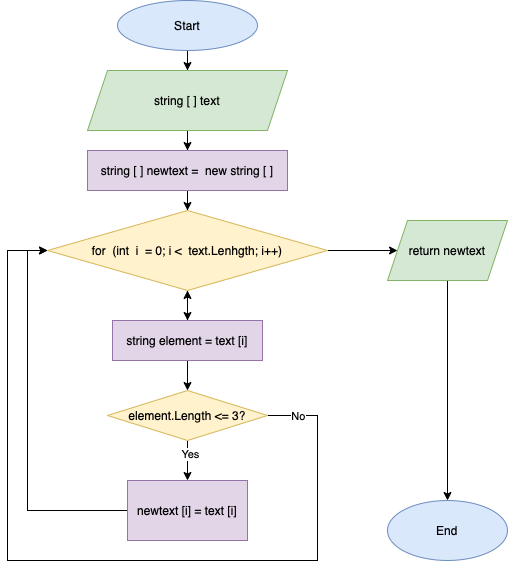
sdhomenko/finalTestWork keeps this draw.io diagram as diagram1.png. Above is the earlier version. Source tidied: cells renumbered, new cells last; positions are measured from the earlier drawing's top-left corner, leaving out a move shared by most shapes.
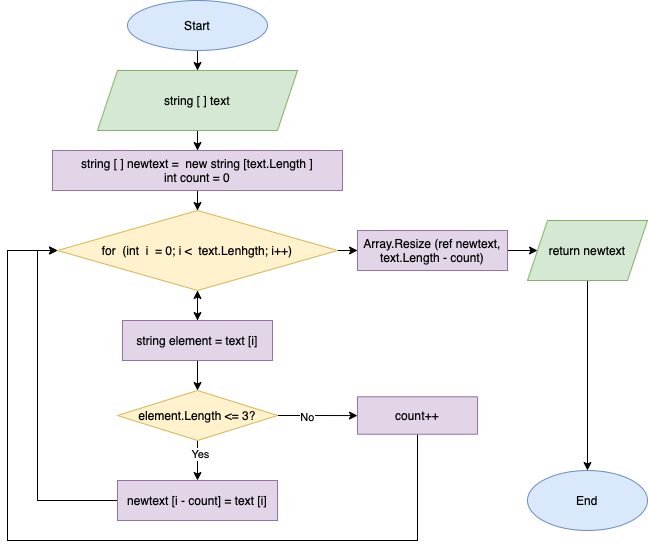
The same diagram one commit later.

Diff of the diagram source:
```diff
@@ -17,15 +17,15 @@
     <mxCell id="6" style="edgeStyle=orthogonalEdgeStyle;rounded=0;jettySize=auto;html=1;" parent="1" edge="1" source="7" target="10">
       <mxGeometry relative="1" as="geometry" />
     </mxCell>
-    <mxCell id="7" value="string [ ] newtext = &amp;nbsp;new string [ ]" style="whiteSpace=wrap;html=1;fillColor=#e1d5e7;strokeColor=#9673a6;" parent="1" vertex="1">
-      <mxGeometry x="80" y="150" width="200" height="40" as="geometry" />
+    <mxCell id="7" value="string [ ] newtext = &amp;nbsp;new string [text.Length ]&lt;br&gt;int count = 0" style="whiteSpace=wrap;html=1;fillColor=#e1d5e7;strokeColor=#9673a6;" parent="1" vertex="1">
+      <mxGeometry x="35" y="150" width="290" height="40" as="geometry" />
     </mxCell>
     <mxCell id="8" style="edgeStyle=orthogonalEdgeStyle;rounded=0;jettySize=auto;html=1;" parent="1" edge="1" source="10" target="13">
       <mxGeometry relative="1" as="geometry" />
     </mxCell>
-    <mxCell id="9" style="edgeStyle=orthogonalEdgeStyle;rounded=0;jettySize=auto;html=1;" parent="1" edge="1" source="10" target="22">
-      <mxGeometry relative="1" as="geometry" />
-    </mxCell>
+    <mxCell id="24" style="edgeStyle=orthogonalEdgeStyle;rounded=0;jettySize=auto;html=1;" parent="1" edge="1" source="10" target="29">
+      <mxGeometry relative="1" as="geometry" />
+    </mxCell>
     <mxCell id="10" value="for &amp;nbsp;(int &amp;nbsp;i &amp;nbsp;= 0; i &amp;lt; &amp;nbsp;text.Lenhgth; i++)" style="rhombus;whiteSpace=wrap;html=1;fillColor=#fff2cc;strokeColor=#d6b656;" parent="1" vertex="1">
       <mxGeometry x="40" y="210" width="280" height="80" as="geometry" />
     </mxCell>
@@ -44,20 +44,11 @@
     <mxCell id="15" value="Yes" style="edgeLabel;html=1;align=center;verticalAlign=middle;" parent="14" vertex="1">
       <mxGeometry x="-0.35" y="2" relative="1" as="geometry" />
     </mxCell>
-    <mxCell id="16" style="edgeStyle=orthogonalEdgeStyle;rounded=0;jettySize=auto;html=1;exitX=1;exitY=0.5;exitDx=0;exitDy=0;" parent="1" edge="1" source="18" target="10">
-      <mxGeometry relative="1" as="geometry">
-        <Array as="points">
-          <mxPoint x="310" y="415" />
-          <mxPoint x="310" y="560" />
-          <mxPoint y="560" />
-          <mxPoint y="250" />
-        </Array>
-      </mxGeometry>
-    </mxCell>
+    <mxCell id="25" style="edgeStyle=orthogonalEdgeStyle;rounded=0;jettySize=auto;html=1;" parent="1" edge="1" source="18" target="27">
+      <mxGeometry relative="1" as="geometry" />
+    </mxCell>
-    <mxCell id="17" value="No" style="edgeLabel;html=1;align=center;verticalAlign=middle;" parent="16" vertex="1">
-      <mxGeometry x="-0.63" y="-2" relative="1" as="geometry">
-        <mxPoint x="-18" y="-107" as="offset" />
-      </mxGeometry>
+    <mxCell id="17" value="No" style="edgeLabel;html=1;align=center;verticalAlign=middle;" parent="25" vertex="1">
+      <mxGeometry x="-0.27" y="-1" relative="1" as="geometry" />
     </mxCell>
     <mxCell id="18" value="element.Length &amp;lt;= 3?" style="rhombus;whiteSpace=wrap;html=1;fillColor=#fff2cc;strokeColor=#d6b656;" parent="1" vertex="1">
       <mxGeometry x="100" y="390" width="160" height="50" as="geometry" />
@@ -65,17 +56,35 @@
     <mxCell id="19" style="edgeStyle=orthogonalEdgeStyle;rounded=0;jettySize=auto;html=1;exitX=0;exitY=0.5;exitDx=0;exitDy=0;entryX=0;entryY=0.5;entryDx=0;entryDy=0;" parent="1" edge="1" source="20" target="10">
       <mxGeometry relative="1" as="geometry" />
     </mxCell>
-    <mxCell id="20" value="newtext [i] = text [i]" style="whiteSpace=wrap;html=1;fillColor=#e1d5e7;strokeColor=#9673a6;" parent="1" vertex="1">
-      <mxGeometry x="120" y="480" width="120" height="60" as="geometry" />
+    <mxCell id="20" value="newtext [i - count] = text [i]" style="whiteSpace=wrap;html=1;fillColor=#e1d5e7;strokeColor=#9673a6;" parent="1" vertex="1">
+      <mxGeometry x="100" y="480" width="160" height="40" as="geometry" />
     </mxCell>
-    <mxCell id="21" style="edgeStyle=orthogonalEdgeStyle;rounded=0;jettySize=auto;html=1;" parent="1" edge="1" source="22" target="23">
+    <mxCell id="21" style="edgeStyle=orthogonalEdgeStyle;rounded=0;jettySize=auto;html=1;exitX=0.5;exitY=1;exitDx=0;exitDy=0;" parent="1" edge="1" source="22" target="23">
       <mxGeometry relative="1" as="geometry" />
     </mxCell>
     <mxCell id="22" value="return newtext" style="shape=parallelogram;perimeter=parallelogramPerimeter;whiteSpace=wrap;html=1;fixedSize=1;fillColor=#d5e8d4;strokeColor=#82b366;" parent="1" vertex="1">
-      <mxGeometry x="380" y="220" width="120" height="60" as="geometry" />
+      <mxGeometry x="510" y="220" width="120" height="60" as="geometry" />
     </mxCell>
     <mxCell id="23" value="End" style="ellipse;whiteSpace=wrap;html=1;fillColor=#dae8fc;strokeColor=#6c8ebf;" parent="1" vertex="1">
-      <mxGeometry x="380" y="500" width="120" height="60" as="geometry" />
+      <mxGeometry x="510" y="470" width="120" height="60" as="geometry" />
     </mxCell>
+    <mxCell id="26" style="edgeStyle=orthogonalEdgeStyle;rounded=0;jettySize=auto;html=1;exitX=0.5;exitY=1;exitDx=0;exitDy=0;entryX=0;entryY=0.5;entryDx=0;entryDy=0;" parent="1" edge="1" source="27" target="10">
+      <mxGeometry relative="1" as="geometry">
+        <Array as="points">
+          <mxPoint x="400" y="540" />
+          <mxPoint x="-10" y="540" />
+          <mxPoint x="-10" y="250" />
+        </Array>
+      </mxGeometry>
+    </mxCell>
+    <mxCell id="27" value="count++" style="whiteSpace=wrap;html=1;fillColor=#e1d5e7;strokeColor=#9673a6;" parent="1" vertex="1">
+      <mxGeometry x="340" y="396.2" width="120" height="37.5" as="geometry" />
+    </mxCell>
+    <mxCell id="28" style="edgeStyle=orthogonalEdgeStyle;rounded=0;jettySize=auto;html=1;" parent="1" edge="1" source="29" target="22">
+      <mxGeometry relative="1" as="geometry" />
+    </mxCell>
+    <mxCell id="29" value="Array.Resize (ref newtext, text.Length - count)" style="whiteSpace=wrap;html=1;fillColor=#e1d5e7;strokeColor=#9673a6;" parent="1" vertex="1">
+      <mxGeometry x="340" y="230" width="150" height="40" as="geometry" />
+    </mxCell>
   </root>
 </mxGraphModel>
```
